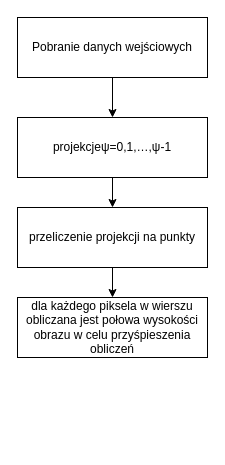
Above: Untitled Diagram.drawio in effype/img-reconstruction (draw.io), before the change. Source tidied: cells renumbered, new cells numbered last; positions are measured from the earlier drawing's top-left corner, leaving out a move shared by most shapes. Both pictures are drawn from the tidied source at 100%, with x=0, y=0 at pixel (17, 17).
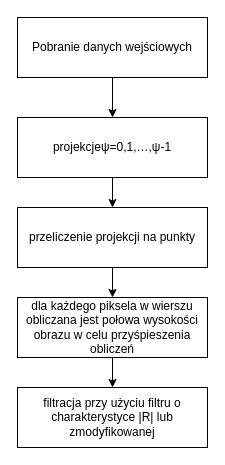
Above is the later version.

Diff of the diagram source:
```diff
@@
 <mxGraphModel>
   <root>
     <mxCell id="0" />
     <mxCell id="1" parent="0" />
     <mxCell id="2" style="edgeStyle=orthogonalEdgeStyle;rounded=0;jettySize=auto;html=1;" parent="1" edge="1" source="3" target="5">
       <mxGeometry relative="1" as="geometry" />
     </mxCell>
     <mxCell id="3" value="Pobranie danych wejściowych" style="rounded=0;whiteSpace=wrap;html=1;" parent="1" vertex="1">
       <mxGeometry width="190" height="60" as="geometry" />
     </mxCell>
     <mxCell id="4" style="edgeStyle=orthogonalEdgeStyle;rounded=0;jettySize=auto;html=1;" parent="1" edge="1" source="5" target="7">
       <mxGeometry relative="1" as="geometry" />
     </mxCell>
     <mxCell id="5" value="projekcjeψ=0,1,…,ψ-1" style="rounded=0;whiteSpace=wrap;html=1;" parent="1" vertex="1">
       <mxGeometry y="100" width="190" height="60" as="geometry" />
     </mxCell>
     <mxCell id="6" style="edgeStyle=orthogonalEdgeStyle;rounded=0;jettySize=auto;html=1;" parent="1" edge="1" source="7" target="8">
       <mxGeometry relative="1" as="geometry" />
     </mxCell>
     <mxCell id="7" value="przeliczenie projekcji na punkty " style="rounded=0;whiteSpace=wrap;html=1;" parent="1" vertex="1">
       <mxGeometry y="190" width="190" height="60" as="geometry" />
     </mxCell>
+    <mxCell id="9" style="edgeStyle=orthogonalEdgeStyle;rounded=0;jettySize=auto;html=1;" parent="1" edge="1" source="8" target="10">
+      <mxGeometry relative="1" as="geometry" />
+    </mxCell>
     <mxCell id="8" value="dla każdego piksela w wierszu obliczana jest połowa wysokości obrazu w celu przyśpieszenia obliczeń" style="rounded=0;whiteSpace=wrap;html=1;" parent="1" vertex="1">
       <mxGeometry y="280" width="190" height="60" as="geometry" />
     </mxCell>
+    <mxCell id="10" value="filtracja przy użyciu filtru o charakterystyce |R| lub zmodyfikowanej" style="rounded=0;whiteSpace=wrap;html=1;" parent="1" vertex="1">
+      <mxGeometry y="370" width="190" height="60" as="geometry" />
+    </mxCell>
   </root>
 </mxGraphModel>
```
